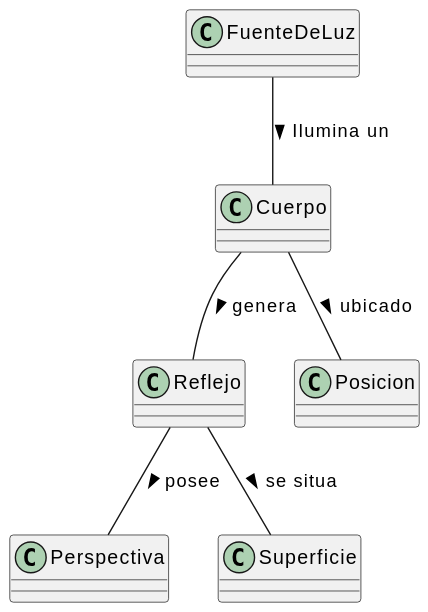
carlos-alvarado-25/26-27-idsw1 keeps this PlantUML diagram as entregas/alvaradoCarlos/images/dDClases.svg. Above is the earlier version. Source of this version:
```plantuml
@startuml
class FuenteDeLuz
class Cuerpo
class Reflejo
class Posicion
class Perspectiva
class Superficie

FuenteDeLuz -- Cuerpo: Ilumina un >
Cuerpo -- Reflejo:  genera >
Cuerpo -- Posicion:  ubicado >
Reflejo -- Perspectiva: posee >

Reflejo -- Superficie: se situa >
@enduml
```
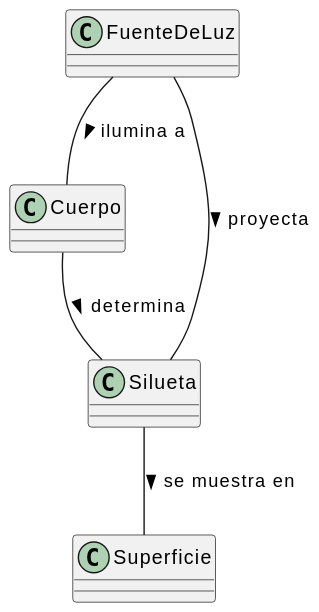
After the commit.

What changed in the source:
```diff
@@ -1,15 +1,11 @@
 @startuml
 class FuenteDeLuz
 class Cuerpo
-class Reflejo
-class Posicion
-class Perspectiva
+class Silueta
 class Superficie
 
-FuenteDeLuz -- Cuerpo: Ilumina un >
-Cuerpo -- Reflejo:  genera >
-Cuerpo -- Posicion:  ubicado >
-Reflejo -- Perspectiva: posee >
-
-Reflejo -- Superficie: se situa >
+FuenteDeLuz -- Cuerpo : ilumina a >
+FuenteDeLuz -- Silueta : proyecta >
+Cuerpo -- Silueta : determina >
+Silueta -- Superficie : se muestra en >
 @enduml
```
